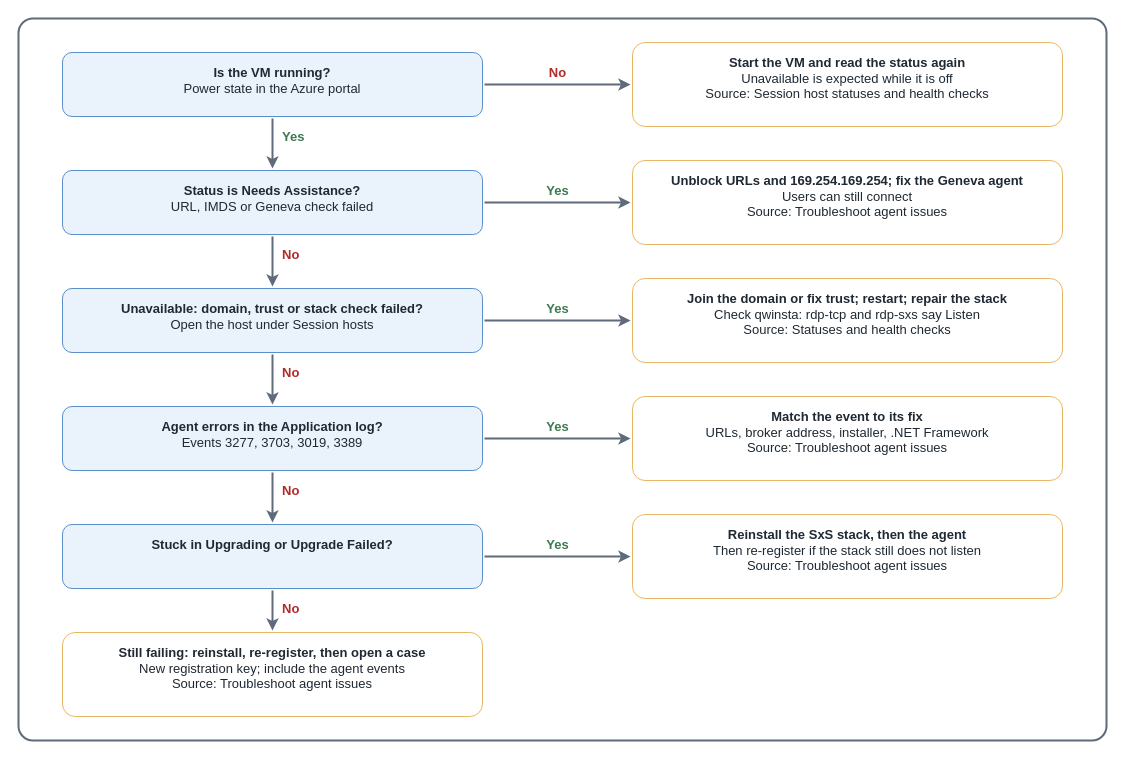
Earlier version of the draw.io diagram src/img/avd/troubleshoot-session-host-unavailable-health-checks.drawio (AddySidd27/cloud-ai-notes). Source tidied: cells renumbered, new cells numbered last; positions are measured from the earlier drawing's top-left corner, leaving out a move shared by most shapes. Both pictures are drawn from the tidied source at 100%, with x=0, y=0 at pixel (18, 18).
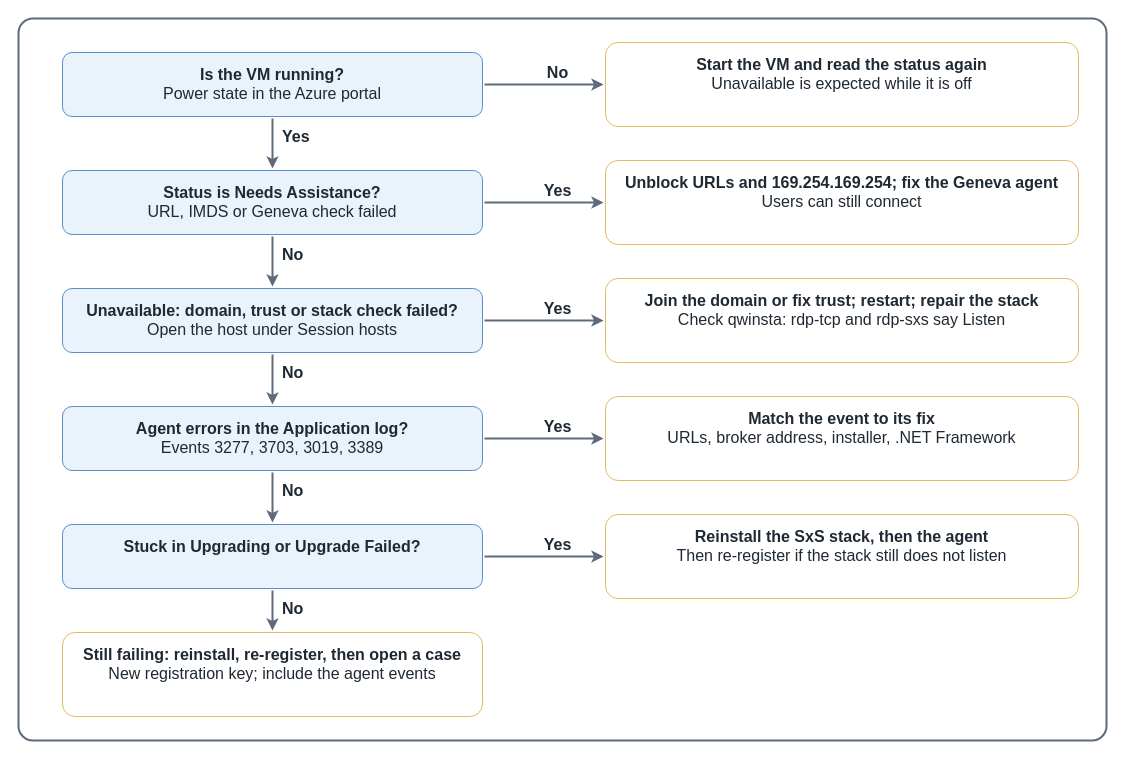
After the change.

Change to the diagram source:
```diff
@@
-    <mxCell id="3" value="&lt;b&gt;Is the VM running?&lt;/b&gt;&lt;br&gt;Power state in the Azure portal" style="rounded=1;whiteSpace=wrap;html=1;fillColor=#eaf2fb;strokeColor=#5b8fc9;fontSize=13;fontColor=#1f2933;verticalAlign=top;spacingTop=6;" parent="1" vertex="1">
+    <mxCell id="3" value="&lt;b&gt;Is the VM running?&lt;/b&gt;&lt;br&gt;Power state in the Azure portal" style="rounded=1;whiteSpace=wrap;html=1;fillColor=#eaf2fb;strokeColor=#5b8fc9;fontSize=16;fontColor=#1f2933;verticalAlign=top;spacingTop=6;" parent="1" vertex="1">
       <mxGeometry x="44" y="34" width="420" height="64" as="geometry" />
     </mxCell>
-    <mxCell id="4" value="&lt;b&gt;Start the VM and read the status again&lt;/b&gt;&lt;br&gt;Unavailable is expected while it is off&lt;br&gt;Source: Session host statuses and health checks" style="rounded=1;whiteSpace=wrap;html=1;fillColor=#ffffff;strokeColor=#e6b866;fontSize=13;fontColor=#1f2933;verticalAlign=top;spacingTop=6;" parent="1" vertex="1">
-      <mxGeometry x="614" y="24" width="430" height="84" as="geometry" />
+    <mxCell id="4" value="&lt;b&gt;Start the VM and read the status again&lt;/b&gt;&lt;br&gt;Unavailable is expected while it is off" style="rounded=1;whiteSpace=wrap;html=1;fillColor=#ffffff;strokeColor=#e6b866;fontSize=16;fontColor=#1f2933;verticalAlign=top;spacingTop=6;" parent="1" vertex="1">
+      <mxGeometry x="587" y="24" width="473" height="84" as="geometry" />
     </mxCell>
     <mxCell id="5" style="edgeStyle=none;html=1;endArrow=classic;strokeColor=#5f6b7a;strokeWidth=2;" parent="1" edge="1">
       <mxGeometry relative="1" as="geometry">
         <mxPoint x="466" y="66" as="sourcePoint" />
-        <mxPoint x="612" y="66" as="targetPoint" />
+        <mxPoint x="585" y="66" as="targetPoint" />
       </mxGeometry>
     </mxCell>
-    <mxCell id="6" value="&lt;b&gt;No&lt;/b&gt;" style="text;html=1;align=center;verticalAlign=middle;fontSize=13;fontColor=#b02a2a;" parent="1" vertex="1">
+    <mxCell id="6" value="&lt;b&gt;No&lt;/b&gt;" style="text;html=1;align=center;verticalAlign=middle;fontSize=16;fontColor=#1f2933;" parent="1" vertex="1">
       <mxGeometry x="468" y="42" width="142" height="24" as="geometry" />
     </mxCell>
@@
-    <mxCell id="8" value="&lt;b&gt;Yes&lt;/b&gt;" style="text;html=1;align=left;verticalAlign=middle;fontSize=13;fontColor=#3c7a50;" parent="1" vertex="1">
+    <mxCell id="8" value="&lt;b&gt;Yes&lt;/b&gt;" style="text;html=1;align=left;verticalAlign=middle;fontSize=16;fontColor=#1f2933;" parent="1" vertex="1">
       <mxGeometry x="262" y="106" width="50" height="24" as="geometry" />
     </mxCell>
-    <mxCell id="9" value="&lt;b&gt;Status is Needs Assistance?&lt;/b&gt;&lt;br&gt;URL, IMDS or Geneva check failed" style="rounded=1;whiteSpace=wrap;html=1;fillColor=#eaf2fb;strokeColor=#5b8fc9;fontSize=13;fontColor=#1f2933;verticalAlign=top;spacingTop=6;" parent="1" vertex="1">
+    <mxCell id="9" value="&lt;b&gt;Status is Needs Assistance?&lt;/b&gt;&lt;br&gt;URL, IMDS or Geneva check failed" style="rounded=1;whiteSpace=wrap;html=1;fillColor=#eaf2fb;strokeColor=#5b8fc9;fontSize=16;fontColor=#1f2933;verticalAlign=top;spacingTop=6;" parent="1" vertex="1">
       <mxGeometry x="44" y="152" width="420" height="64" as="geometry" />
     </mxCell>
-    <mxCell id="10" value="&lt;b&gt;Unblock URLs and 169.254.169.254; fix the Geneva agent&lt;/b&gt;&lt;br&gt;Users can still connect&lt;br&gt;Source: Troubleshoot agent issues" style="rounded=1;whiteSpace=wrap;html=1;fillColor=#ffffff;strokeColor=#e6b866;fontSize=13;fontColor=#1f2933;verticalAlign=top;spacingTop=6;" parent="1" vertex="1">
-      <mxGeometry x="614" y="142" width="430" height="84" as="geometry" />
+    <mxCell id="10" value="&lt;b&gt;Unblock URLs and 169.254.169.254; fix the Geneva agent&lt;/b&gt;&lt;br&gt;Users can still connect" style="rounded=1;whiteSpace=wrap;html=1;fillColor=#ffffff;strokeColor=#e6b866;fontSize=16;fontColor=#1f2933;verticalAlign=top;spacingTop=6;" parent="1" vertex="1">
+      <mxGeometry x="587" y="142" width="473" height="84" as="geometry" />
     </mxCell>
     <mxCell id="11" style="edgeStyle=none;html=1;endArrow=classic;strokeColor=#5f6b7a;strokeWidth=2;" parent="1" edge="1">
       <mxGeometry relative="1" as="geometry">
         <mxPoint x="466" y="184" as="sourcePoint" />
-        <mxPoint x="612" y="184" as="targetPoint" />
+        <mxPoint x="585" y="184" as="targetPoint" />
       </mxGeometry>
     </mxCell>
-    <mxCell id="12" value="&lt;b&gt;Yes&lt;/b&gt;" style="text;html=1;align=center;verticalAlign=middle;fontSize=13;fontColor=#3c7a50;" parent="1" vertex="1">
+    <mxCell id="12" value="&lt;b&gt;Yes&lt;/b&gt;" style="text;html=1;align=center;verticalAlign=middle;fontSize=16;fontColor=#1f2933;" parent="1" vertex="1">
       <mxGeometry x="468" y="160" width="142" height="24" as="geometry" />
     </mxCell>
@@
-    <mxCell id="14" value="&lt;b&gt;No&lt;/b&gt;" style="text;html=1;align=left;verticalAlign=middle;fontSize=13;fontColor=#b02a2a;" parent="1" vertex="1">
+    <mxCell id="14" value="&lt;b&gt;No&lt;/b&gt;" style="text;html=1;align=left;verticalAlign=middle;fontSize=16;fontColor=#1f2933;" parent="1" vertex="1">
       <mxGeometry x="262" y="224" width="50" height="24" as="geometry" />
     </mxCell>
-    <mxCell id="15" value="&lt;b&gt;Unavailable: domain, trust or stack check failed?&lt;/b&gt;&lt;br&gt;Open the host under Session hosts" style="rounded=1;whiteSpace=wrap;html=1;fillColor=#eaf2fb;strokeColor=#5b8fc9;fontSize=13;fontColor=#1f2933;verticalAlign=top;spacingTop=6;" parent="1" vertex="1">
+    <mxCell id="15" value="&lt;b&gt;Unavailable: domain, trust or stack check failed?&lt;/b&gt;&lt;br&gt;Open the host under Session hosts" style="rounded=1;whiteSpace=wrap;html=1;fillColor=#eaf2fb;strokeColor=#5b8fc9;fontSize=16;fontColor=#1f2933;verticalAlign=top;spacingTop=6;" parent="1" vertex="1">
       <mxGeometry x="44" y="270" width="420" height="64" as="geometry" />
     </mxCell>
-    <mxCell id="16" value="&lt;b&gt;Join the domain or fix trust; restart; repair the stack&lt;/b&gt;&lt;br&gt;Check qwinsta: rdp-tcp and rdp-sxs say Listen&lt;br&gt;Source: Statuses and health checks" style="rounded=1;whiteSpace=wrap;html=1;fillColor=#ffffff;strokeColor=#e6b866;fontSize=13;fontColor=#1f2933;verticalAlign=top;spacingTop=6;" parent="1" vertex="1">
-      <mxGeometry x="614" y="260" width="430" height="84" as="geometry" />
+    <mxCell id="16" value="&lt;b&gt;Join the domain or fix trust; restart; repair the stack&lt;/b&gt;&lt;br&gt;Check qwinsta: rdp-tcp and rdp-sxs say Listen" style="rounded=1;whiteSpace=wrap;html=1;fillColor=#ffffff;strokeColor=#e6b866;fontSize=16;fontColor=#1f2933;verticalAlign=top;spacingTop=6;" parent="1" vertex="1">
+      <mxGeometry x="587" y="260" width="473" height="84" as="geometry" />
     </mxCell>
     <mxCell id="17" style="edgeStyle=none;html=1;endArrow=classic;strokeColor=#5f6b7a;strokeWidth=2;" parent="1" edge="1">
       <mxGeometry relative="1" as="geometry">
         <mxPoint x="466" y="302" as="sourcePoint" />
-        <mxPoint x="612" y="302" as="targetPoint" />
+        <mxPoint x="585" y="302" as="targetPoint" />
       </mxGeometry>
     </mxCell>
-    <mxCell id="18" value="&lt;b&gt;Yes&lt;/b&gt;" style="text;html=1;align=center;verticalAlign=middle;fontSize=13;fontColor=#3c7a50;" parent="1" vertex="1">
+    <mxCell id="18" value="&lt;b&gt;Yes&lt;/b&gt;" style="text;html=1;align=center;verticalAlign=middle;fontSize=16;fontColor=#1f2933;" parent="1" vertex="1">
       <mxGeometry x="468" y="278" width="142" height="24" as="geometry" />
     </mxCell>
@@
-    <mxCell id="20" value="&lt;b&gt;No&lt;/b&gt;" style="text;html=1;align=left;verticalAlign=middle;fontSize=13;fontColor=#b02a2a;" parent="1" vertex="1">
+    <mxCell id="20" value="&lt;b&gt;No&lt;/b&gt;" style="text;html=1;align=left;verticalAlign=middle;fontSize=16;fontColor=#1f2933;" parent="1" vertex="1">
       <mxGeometry x="262" y="342" width="50" height="24" as="geometry" />
     </mxCell>
-    <mxCell id="21" value="&lt;b&gt;Agent errors in the Application log?&lt;/b&gt;&lt;br&gt;Events 3277, 3703, 3019, 3389" style="rounded=1;whiteSpace=wrap;html=1;fillColor=#eaf2fb;strokeColor=#5b8fc9;fontSize=13;fontColor=#1f2933;verticalAlign=top;spacingTop=6;" parent="1" vertex="1">
+    <mxCell id="21" value="&lt;b&gt;Agent errors in the Application log?&lt;/b&gt;&lt;br&gt;Events 3277, 3703, 3019, 3389" style="rounded=1;whiteSpace=wrap;html=1;fillColor=#eaf2fb;strokeColor=#5b8fc9;fontSize=16;fontColor=#1f2933;verticalAlign=top;spacingTop=6;" parent="1" vertex="1">
       <mxGeometry x="44" y="388" width="420" height="64" as="geometry" />
     </mxCell>
-    <mxCell id="22" value="&lt;b&gt;Match the event to its fix&lt;/b&gt;&lt;br&gt;URLs, broker address, installer, .NET Framework&lt;br&gt;Source: Troubleshoot agent issues" style="rounded=1;whiteSpace=wrap;html=1;fillColor=#ffffff;strokeColor=#e6b866;fontSize=13;fontColor=#1f2933;verticalAlign=top;spacingTop=6;" parent="1" vertex="1">
-      <mxGeometry x="614" y="378" width="430" height="84" as="geometry" />
+    <mxCell id="22" value="&lt;b&gt;Match the event to its fix&lt;/b&gt;&lt;br&gt;URLs, broker address, installer, .NET Framework" style="rounded=1;whiteSpace=wrap;html=1;fillColor=#ffffff;strokeColor=#e6b866;fontSize=16;fontColor=#1f2933;verticalAlign=top;spacingTop=6;" parent="1" vertex="1">
+      <mxGeometry x="587" y="378" width="473" height="84" as="geometry" />
     </mxCell>
     <mxCell id="23" style="edgeStyle=none;html=1;endArrow=classic;strokeColor=#5f6b7a;strokeWidth=2;" parent="1" edge="1">
       <mxGeometry relative="1" as="geometry">
         <mxPoint x="466" y="420" as="sourcePoint" />
-        <mxPoint x="612" y="420" as="targetPoint" />
+        <mxPoint x="585" y="420" as="targetPoint" />
       </mxGeometry>
     </mxCell>
-    <mxCell id="24" value="&lt;b&gt;Yes&lt;/b&gt;" style="text;html=1;align=center;verticalAlign=middle;fontSize=13;fontColor=#3c7a50;" parent="1" vertex="1">
+    <mxCell id="24" value="&lt;b&gt;Yes&lt;/b&gt;" style="text;html=1;align=center;verticalAlign=middle;fontSize=16;fontColor=#1f2933;" parent="1" vertex="1">
       <mxGeometry x="468" y="396" width="142" height="24" as="geometry" />
     </mxCell>
@@
-    <mxCell id="26" value="&lt;b&gt;No&lt;/b&gt;" style="text;html=1;align=left;verticalAlign=middle;fontSize=13;fontColor=#b02a2a;" parent="1" vertex="1">
+    <mxCell id="26" value="&lt;b&gt;No&lt;/b&gt;" style="text;html=1;align=left;verticalAlign=middle;fontSize=16;fontColor=#1f2933;" parent="1" vertex="1">
       <mxGeometry x="262" y="460" width="50" height="24" as="geometry" />
     </mxCell>
-    <mxCell id="27" value="&lt;b&gt;Stuck in Upgrading or Upgrade Failed?&lt;/b&gt;&lt;br&gt;" style="rounded=1;whiteSpace=wrap;html=1;fillColor=#eaf2fb;strokeColor=#5b8fc9;fontSize=13;fontColor=#1f2933;verticalAlign=top;spacingTop=6;" parent="1" vertex="1">
+    <mxCell id="27" value="&lt;b&gt;Stuck in Upgrading or Upgrade Failed?&lt;/b&gt;&lt;br&gt;" style="rounded=1;whiteSpace=wrap;html=1;fillColor=#eaf2fb;strokeColor=#5b8fc9;fontSize=16;fontColor=#1f2933;verticalAlign=top;spacingTop=6;" parent="1" vertex="1">
       <mxGeometry x="44" y="506" width="420" height="64" as="geometry" />
     </mxCell>
-    <mxCell id="28" value="&lt;b&gt;Reinstall the SxS stack, then the agent&lt;/b&gt;&lt;br&gt;Then re-register if the stack still does not listen&lt;br&gt;Source: Troubleshoot agent issues" style="rounded=1;whiteSpace=wrap;html=1;fillColor=#ffffff;strokeColor=#e6b866;fontSize=13;fontColor=#1f2933;verticalAlign=top;spacingTop=6;" parent="1" vertex="1">
-      <mxGeometry x="614" y="496" width="430" height="84" as="geometry" />
+    <mxCell id="28" value="&lt;b&gt;Reinstall the SxS stack, then the agent&lt;/b&gt;&lt;br&gt;Then re-register if the stack still does not listen" style="rounded=1;whiteSpace=wrap;html=1;fillColor=#ffffff;strokeColor=#e6b866;fontSize=16;fontColor=#1f2933;verticalAlign=top;spacingTop=6;" parent="1" vertex="1">
+      <mxGeometry x="587" y="496" width="473" height="84" as="geometry" />
     </mxCell>
     <mxCell id="29" style="edgeStyle=none;html=1;endArrow=classic;strokeColor=#5f6b7a;strokeWidth=2;" parent="1" edge="1">
       <mxGeometry relative="1" as="geometry">
         <mxPoint x="466" y="538" as="sourcePoint" />
-        <mxPoint x="612" y="538" as="targetPoint" />
+        <mxPoint x="585" y="538" as="targetPoint" />
       </mxGeometry>
     </mxCell>
-    <mxCell id="30" value="&lt;b&gt;Yes&lt;/b&gt;" style="text;html=1;align=center;verticalAlign=middle;fontSize=13;fontColor=#3c7a50;" parent="1" vertex="1">
+    <mxCell id="30" value="&lt;b&gt;Yes&lt;/b&gt;" style="text;html=1;align=center;verticalAlign=middle;fontSize=16;fontColor=#1f2933;" parent="1" vertex="1">
       <mxGeometry x="468" y="514" width="142" height="24" as="geometry" />
     </mxCell>
@@
-    <mxCell id="32" value="&lt;b&gt;No&lt;/b&gt;" style="text;html=1;align=left;verticalAlign=middle;fontSize=13;fontColor=#b02a2a;" parent="1" vertex="1">
+    <mxCell id="32" value="&lt;b&gt;No&lt;/b&gt;" style="text;html=1;align=left;verticalAlign=middle;fontSize=16;fontColor=#1f2933;" parent="1" vertex="1">
       <mxGeometry x="262" y="578" width="50" height="24" as="geometry" />
     </mxCell>
-    <mxCell id="33" value="&lt;b&gt;Still failing: reinstall, re-register, then open a case&lt;/b&gt;&lt;br&gt;New registration key; include the agent events&lt;br&gt;Source: Troubleshoot agent issues" style="rounded=1;whiteSpace=wrap;html=1;fillColor=#ffffff;strokeColor=#e6b866;fontSize=13;fontColor=#1f2933;verticalAlign=top;spacingTop=6;" parent="1" vertex="1">
+    <mxCell id="33" value="&lt;b&gt;Still failing: reinstall, re-register, then open a case&lt;/b&gt;&lt;br&gt;New registration key; include the agent events" style="rounded=1;whiteSpace=wrap;html=1;fillColor=#ffffff;strokeColor=#e6b866;fontSize=16;fontColor=#1f2933;verticalAlign=top;spacingTop=6;" parent="1" vertex="1">
       <mxGeometry x="44" y="614" width="420" height="84" as="geometry" />
     </mxCell>
```
